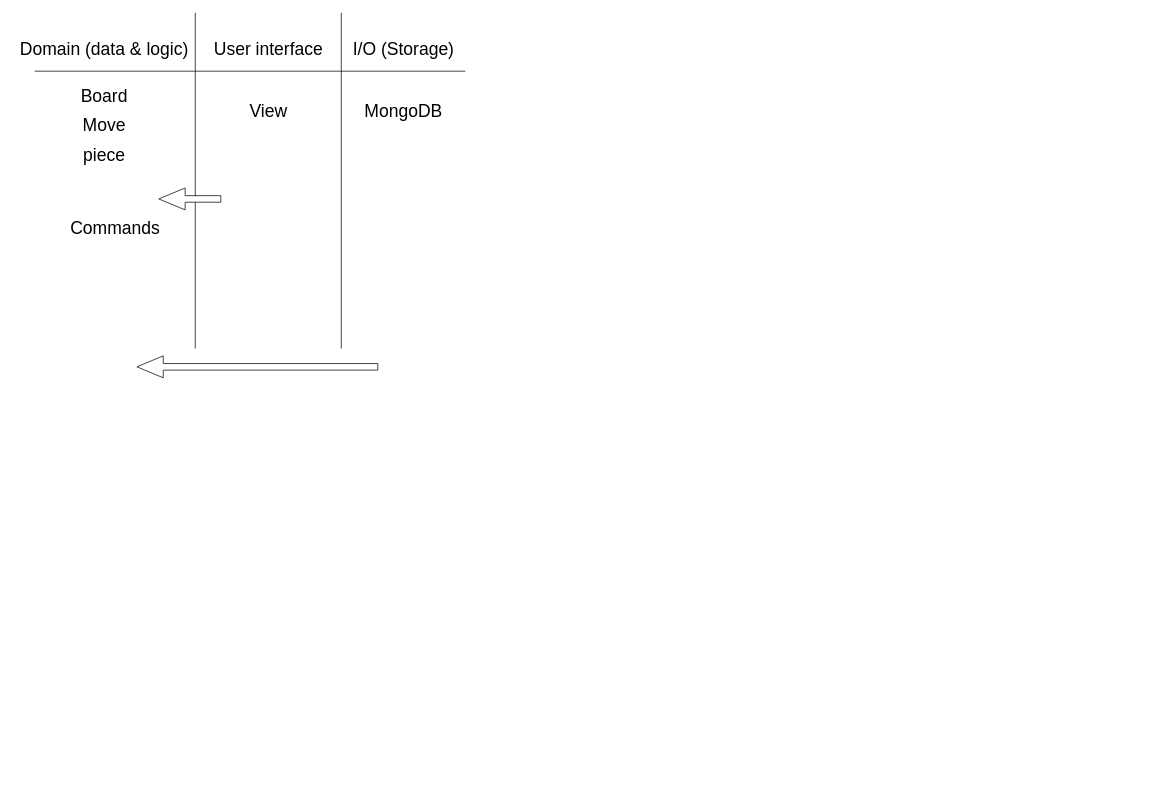
Above: docs/DesktopChessDependencies.drawio in bodybuilders-team/desktop-chess (draw.io), before the change. Source tidied: cells renumbered, new cells numbered last; positions are measured from the earlier drawing's top-left corner, leaving out a move shared by most shapes. Both pictures are drawn from the tidied source at 73%, with x=0, y=0 at pixel (12, 12).
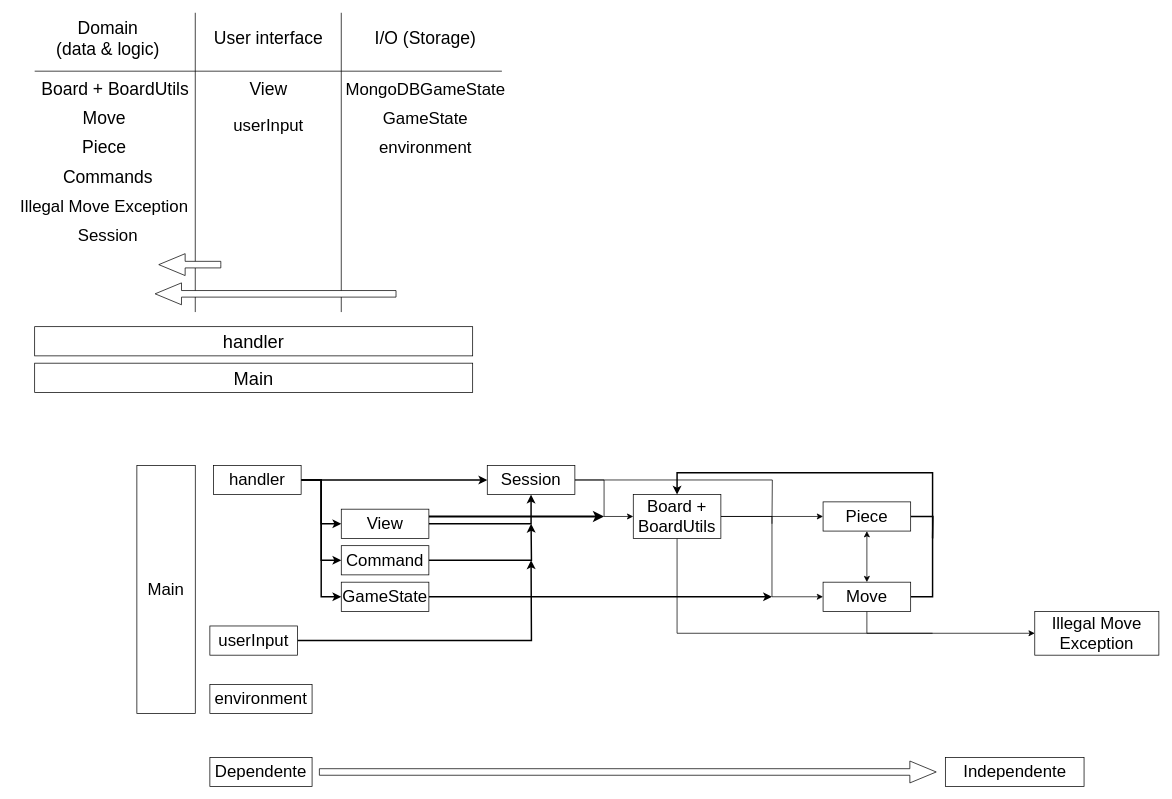
After the change.

What changed in the source:
```diff
@@
-    <mxCell id="2" value="Domain (data &amp;amp; logic)" style="text;html=1;align=center;verticalAlign=middle;strokeColor=none;fillColor=none;fontSize=24;" parent="1" vertex="1">
-      <mxGeometry y="35" width="250" height="30" as="geometry" />
+    <mxCell id="2" value="Domain&lt;br&gt;(data &amp;amp; logic)" style="text;html=1;align=center;verticalAlign=middle;strokeColor=none;fillColor=none;fontSize=24;" parent="1" vertex="1">
+      <mxGeometry x="50" y="5" width="160" height="60" as="geometry" />
     </mxCell>
     <mxCell id="3" value="I/O (Storage)" style="text;html=1;align=center;verticalAlign=middle;strokeColor=none;fillColor=none;fontSize=24;" parent="1" vertex="1">
-      <mxGeometry x="460" y="35" width="150" height="30" as="geometry" />
+      <mxGeometry x="490" y="20" width="150" height="30" as="geometry" />
     </mxCell>
     <mxCell id="4" value="User interface" style="text;html=1;align=center;verticalAlign=middle;strokeColor=none;fillColor=none;fontSize=24;" parent="1" vertex="1">
-      <mxGeometry x="270" y="35" width="160" height="30" as="geometry" />
+      <mxGeometry x="270" y="20" width="160" height="30" as="geometry" />
     </mxCell>
     <mxCell id="5" style="endArrow=none;html=1;rounded=0;edgeStyle=orthogonalEdgeStyle;" parent="1" edge="1">
       <mxGeometry relative="1" as="geometry">
-        <mxPoint x="250" y="460" as="sourcePoint" />
+        <mxPoint x="250" y="410" as="sourcePoint" />
         <mxPoint x="250" as="targetPoint" />
       </mxGeometry>
     </mxCell>
     <mxCell id="6" style="endArrow=none;html=1;rounded=0;edgeStyle=orthogonalEdgeStyle;" parent="1" edge="1">
       <mxGeometry relative="1" as="geometry">
-        <mxPoint x="450" y="460" as="sourcePoint" />
+        <mxPoint x="450" y="410" as="sourcePoint" />
         <mxPoint x="450" as="targetPoint" />
       </mxGeometry>
     </mxCell>
     <mxCell id="7" style="endArrow=none;html=1;rounded=0;edgeStyle=orthogonalEdgeStyle;" parent="1" edge="1">
       <mxGeometry relative="1" as="geometry">
-        <mxPoint x="620" y="80" as="sourcePoint" />
+        <mxPoint x="670" y="80" as="sourcePoint" />
         <mxPoint x="30" y="80" as="targetPoint" />
       </mxGeometry>
     </mxCell>
-    <mxCell id="8" value="&lt;font color=&quot;#000000&quot;&gt;Board&lt;/font&gt;" style="text;html=1;align=center;verticalAlign=middle;strokeColor=none;fillColor=none;fontSize=24;fontColor=#FF0000;" parent="1" vertex="1">
-      <mxGeometry x="85" y="100" width="80" height="30" as="geometry" />
+    <mxCell id="8" value="&lt;font color=&quot;#000000&quot;&gt;Board + BoardUtils&lt;/font&gt;" style="text;html=1;align=center;verticalAlign=middle;strokeColor=none;fillColor=none;fontSize=24;fontColor=#FF0000;" parent="1" vertex="1">
+      <mxGeometry x="30" y="90" width="220" height="30" as="geometry" />
     </mxCell>
     <mxCell id="9" style="html=1;shadow=0;dashed=0;align=center;verticalAlign=middle;shape=mxgraph.arrows2.arrow;dy=0.7;dx=36.13;notch=0;fontSize=24;fontColor=#FF0000;direction=west;" parent="1" vertex="1">
-      <mxGeometry x="200" y="240" width="85" height="30" as="geometry" />
+      <mxGeometry x="200" y="330" width="85" height="30" as="geometry" />
     </mxCell>
     <mxCell id="10" style="html=1;shadow=0;dashed=0;align=center;verticalAlign=middle;shape=mxgraph.arrows2.arrow;dy=0.7;dx=36.13;notch=0;fontSize=24;fontColor=#FF0000;direction=west;" parent="1" vertex="1">
-      <mxGeometry x="170" y="470" width="330" height="30" as="geometry" />
+      <mxGeometry x="195" y="370" width="330" height="30" as="geometry" />
     </mxCell>
     <mxCell id="11" value="&lt;font color=&quot;#000000&quot;&gt;Move&lt;/font&gt;" style="text;html=1;align=center;verticalAlign=middle;strokeColor=none;fillColor=none;fontSize=24;fontColor=#FF0000;" parent="1" vertex="1">
-      <mxGeometry x="90" y="140" width="70" height="30" as="geometry" />
+      <mxGeometry x="90" y="130" width="70" height="30" as="geometry" />
     </mxCell>
-    <mxCell id="12" value="&lt;font color=&quot;#000000&quot;&gt;piece&lt;/font&gt;" style="text;html=1;align=center;verticalAlign=middle;strokeColor=none;fillColor=none;fontSize=24;fontColor=#FF0000;" parent="1" vertex="1">
-      <mxGeometry x="90" y="180" width="70" height="30" as="geometry" />
+    <mxCell id="12" value="&lt;font color=&quot;#000000&quot;&gt;Piece&lt;/font&gt;" style="text;html=1;align=center;verticalAlign=middle;strokeColor=none;fillColor=none;fontSize=24;fontColor=#FF0000;" parent="1" vertex="1">
+      <mxGeometry x="85" y="170" width="80" height="30" as="geometry" />
     </mxCell>
     <mxCell id="13" value="&lt;font color=&quot;#000000&quot;&gt;Commands&lt;/font&gt;" style="text;html=1;align=center;verticalAlign=middle;strokeColor=none;fillColor=none;fontSize=24;fontColor=#FF0000;" parent="1" vertex="1">
-      <mxGeometry x="70" y="280" width="140" height="30" as="geometry" />
+      <mxGeometry x="60" y="210" width="140" height="30" as="geometry" />
     </mxCell>
     <mxCell id="14" value="&lt;font color=&quot;#000000&quot;&gt;View&lt;br&gt;&lt;/font&gt;" style="text;html=1;align=center;verticalAlign=middle;strokeColor=none;fillColor=none;fontSize=24;fontColor=#FF0000;" parent="1" vertex="1">
-      <mxGeometry x="315" y="120" width="70" height="30" as="geometry" />
+      <mxGeometry x="315" y="90" width="70" height="30" as="geometry" />
     </mxCell>
-    <mxCell id="15" value="&lt;font color=&quot;#000000&quot;&gt;MongoDB&lt;br&gt;&lt;/font&gt;" style="text;html=1;align=center;verticalAlign=middle;strokeColor=none;fillColor=none;fontSize=24;fontColor=#FF0000;" parent="1" vertex="1">
-      <mxGeometry x="475" y="120" width="120" height="30" as="geometry" />
+    <mxCell id="15" value="&lt;span style=&quot;color: rgb(0 , 0 , 0) ; font-size: 23px&quot;&gt;MongoDBGameState&lt;/span&gt;&lt;font color=&quot;#000000&quot;&gt;&lt;br&gt;&lt;/font&gt;" style="text;html=1;align=center;verticalAlign=middle;strokeColor=none;fillColor=none;fontSize=24;fontColor=#FF0000;" parent="1" vertex="1">
+      <mxGeometry x="450" y="90" width="230" height="30" as="geometry" />
     </mxCell>
+    <mxCell id="16" value="&lt;font style=&quot;font-size: 25px&quot;&gt;Main&lt;/font&gt;" style="rounded=0;whiteSpace=wrap;html=1;" parent="1" vertex="1">
+      <mxGeometry x="30" y="480" width="600" height="40" as="geometry" />
+    </mxCell>
+    <mxCell id="17" value="&lt;span style=&quot;font-size: 25px&quot;&gt;handler&lt;/span&gt;" style="rounded=0;whiteSpace=wrap;html=1;" parent="1" vertex="1">
+      <mxGeometry x="30" y="430" width="600" height="40" as="geometry" />
+    </mxCell>
+    <mxCell id="18" style="edgeStyle=orthogonalEdgeStyle;rounded=0;jettySize=auto;html=1;entryX=0;entryY=0.5;entryDx=0;entryDy=0;" parent="1" edge="1" source="21" target="33">
+      <mxGeometry relative="1" as="geometry" />
+    </mxCell>
+    <mxCell id="19" style="edgeStyle=orthogonalEdgeStyle;rounded=0;jettySize=auto;html=1;entryX=0;entryY=0.5;entryDx=0;entryDy=0;" parent="1" edge="1" source="21" target="24">
+      <mxGeometry relative="1" as="geometry" />
+    </mxCell>
+    <mxCell id="20" style="edgeStyle=orthogonalEdgeStyle;rounded=0;jettySize=auto;html=1;endArrow=none;endFill=0;" parent="1" edge="1" source="21">
+      <mxGeometry relative="1" as="geometry">
+        <mxPoint x="1260" y="850" as="targetPoint" />
+        <Array as="points">
+          <mxPoint x="910" y="850" />
+        </Array>
+      </mxGeometry>
+    </mxCell>
+    <mxCell id="21" value="&lt;font style=&quot;font-size: 23px&quot;&gt;Board + BoardUtils&lt;/font&gt;" style="rounded=0;whiteSpace=wrap;html=1;" parent="1" vertex="1">
+      <mxGeometry x="850" y="660" width="120" height="60" as="geometry" />
+    </mxCell>
+    <mxCell id="22" style="edgeStyle=orthogonalEdgeStyle;rounded=0;jettySize=auto;html=1;endArrow=classic;endFill=1;entryX=0.5;entryY=0;entryDx=0;entryDy=0;strokeWidth=2;" parent="1" edge="1" source="24" target="21">
+      <mxGeometry relative="1" as="geometry">
+        <Array as="points">
+          <mxPoint x="1260" y="800" />
+          <mxPoint x="1260" y="630" />
+          <mxPoint x="910" y="630" />
+        </Array>
+      </mxGeometry>
+    </mxCell>
+    <mxCell id="23" style="edgeStyle=orthogonalEdgeStyle;rounded=0;jettySize=auto;html=1;endArrow=classic;endFill=1;entryX=0;entryY=0.5;entryDx=0;entryDy=0;" parent="1" edge="1" source="24" target="45">
+      <mxGeometry relative="1" as="geometry">
+        <Array as="points">
+          <mxPoint x="1170" y="850" />
+        </Array>
+      </mxGeometry>
+    </mxCell>
+    <mxCell id="24" value="&lt;font style=&quot;font-size: 23px&quot;&gt;Move&lt;/font&gt;" style="rounded=0;whiteSpace=wrap;html=1;" parent="1" vertex="1">
+      <mxGeometry x="1110" y="780" width="120" height="40" as="geometry" />
+    </mxCell>
+    <mxCell id="25" value="&lt;font style=&quot;font-size: 23px&quot;&gt;Main&lt;/font&gt;" style="rounded=0;whiteSpace=wrap;html=1;" parent="1" vertex="1">
+      <mxGeometry x="170" y="620" width="80" height="340" as="geometry" />
+    </mxCell>
+    <mxCell id="26" style="edgeStyle=orthogonalEdgeStyle;rounded=0;jettySize=auto;html=1;entryX=0;entryY=0.5;entryDx=0;entryDy=0;endArrow=classic;endFill=1;strokeWidth=2;" parent="1" edge="1" source="30" target="43">
+      <mxGeometry relative="1" as="geometry" />
+    </mxCell>
+    <mxCell id="27" style="edgeStyle=orthogonalEdgeStyle;rounded=0;jettySize=auto;html=1;entryX=0;entryY=0.5;entryDx=0;entryDy=0;endArrow=classic;endFill=1;strokeWidth=2;" parent="1" edge="1" source="30" target="38">
+      <mxGeometry relative="1" as="geometry" />
+    </mxCell>
+    <mxCell id="28" style="edgeStyle=orthogonalEdgeStyle;rounded=0;jettySize=auto;html=1;entryX=0;entryY=0.5;entryDx=0;entryDy=0;endArrow=classic;endFill=1;strokeWidth=2;" parent="1" edge="1" source="30" target="35">
+      <mxGeometry relative="1" as="geometry" />
+    </mxCell>
+    <mxCell id="29" style="edgeStyle=orthogonalEdgeStyle;rounded=0;jettySize=auto;html=1;entryX=0;entryY=0.5;entryDx=0;entryDy=0;endArrow=classic;endFill=1;strokeWidth=2;" parent="1" edge="1" source="30" target="47">
+      <mxGeometry relative="1" as="geometry" />
+    </mxCell>
+    <mxCell id="30" value="&lt;font style=&quot;font-size: 23px&quot;&gt;handler&lt;/font&gt;" style="rounded=0;whiteSpace=wrap;html=1;" parent="1" vertex="1">
+      <mxGeometry x="275" y="620" width="120" height="40" as="geometry" />
+    </mxCell>
+    <mxCell id="31" style="edgeStyle=orthogonalEdgeStyle;rounded=0;jettySize=auto;html=1;endArrow=none;endFill=0;strokeWidth=2;" parent="1" edge="1" source="33">
+      <mxGeometry relative="1" as="geometry">
+        <mxPoint x="1260" y="720" as="targetPoint" />
+      </mxGeometry>
+    </mxCell>
+    <mxCell id="32" style="edgeStyle=orthogonalEdgeStyle;rounded=0;jettySize=auto;html=1;entryX=0.5;entryY=0;entryDx=0;entryDy=0;startArrow=classic;startFill=1;" parent="1" edge="1" source="33" target="24">
+      <mxGeometry relative="1" as="geometry" />
+    </mxCell>
+    <mxCell id="33" value="&lt;font style=&quot;font-size: 23px&quot;&gt;Piece&lt;/font&gt;" style="rounded=0;whiteSpace=wrap;html=1;" parent="1" vertex="1">
+      <mxGeometry x="1110" y="670" width="120" height="40" as="geometry" />
+    </mxCell>
+    <mxCell id="34" style="edgeStyle=orthogonalEdgeStyle;rounded=0;jettySize=auto;html=1;endArrow=classic;endFill=1;strokeWidth=2;" parent="1" edge="1" source="35">
+      <mxGeometry relative="1" as="geometry">
+        <mxPoint x="710" y="700" as="targetPoint" />
+      </mxGeometry>
+    </mxCell>
+    <mxCell id="35" value="&lt;font style=&quot;font-size: 23px&quot;&gt;Command&lt;/font&gt;" style="rounded=0;whiteSpace=wrap;html=1;" parent="1" vertex="1">
+      <mxGeometry x="450" y="730" width="120" height="40" as="geometry" />
+    </mxCell>
+    <mxCell id="36" style="edgeStyle=orthogonalEdgeStyle;rounded=0;jettySize=auto;html=1;endArrow=classic;endFill=1;strokeWidth=2;" parent="1" edge="1" source="38" target="43">
+      <mxGeometry relative="1" as="geometry" />
+    </mxCell>
+    <mxCell id="37" style="edgeStyle=orthogonalEdgeStyle;rounded=0;jettySize=auto;html=1;endArrow=classic;endFill=1;strokeWidth=3;exitX=1;exitY=0.25;exitDx=0;exitDy=0;" parent="1" edge="1" source="38">
+      <mxGeometry relative="1" as="geometry">
+        <mxPoint x="810" y="690" as="targetPoint" />
+        <Array as="points">
+          <mxPoint x="650" y="690" />
+          <mxPoint x="650" y="690" />
+        </Array>
+      </mxGeometry>
+    </mxCell>
+    <mxCell id="38" value="&lt;font style=&quot;font-size: 23px&quot;&gt;View&lt;/font&gt;" style="rounded=0;whiteSpace=wrap;html=1;" parent="1" vertex="1">
+      <mxGeometry x="450" y="680" width="120" height="40" as="geometry" />
+    </mxCell>
+    <mxCell id="39" style="edgeStyle=orthogonalEdgeStyle;rounded=0;jettySize=auto;html=1;endArrow=classic;endFill=1;strokeWidth=2;" parent="1" edge="1" source="40">
+      <mxGeometry relative="1" as="geometry">
+        <mxPoint x="710" y="750" as="targetPoint" />
+      </mxGeometry>
+    </mxCell>
+    <mxCell id="40" value="&lt;font style=&quot;font-size: 23px&quot;&gt;userInput&lt;/font&gt;" style="rounded=0;whiteSpace=wrap;html=1;" parent="1" vertex="1">
+      <mxGeometry x="270" y="840" width="120" height="40" as="geometry" />
+    </mxCell>
+    <mxCell id="41" style="edgeStyle=orthogonalEdgeStyle;rounded=0;jettySize=auto;html=1;entryX=0;entryY=0.5;entryDx=0;entryDy=0;" parent="1" edge="1" source="43" target="21">
+      <mxGeometry relative="1" as="geometry" />
+    </mxCell>
+    <mxCell id="42" style="edgeStyle=orthogonalEdgeStyle;rounded=0;jettySize=auto;html=1;endArrow=none;endFill=0;" parent="1" edge="1" source="43">
+      <mxGeometry relative="1" as="geometry">
+        <mxPoint x="1040" y="700" as="targetPoint" />
+      </mxGeometry>
+    </mxCell>
+    <mxCell id="43" value="&lt;font style=&quot;font-size: 23px&quot;&gt;Session&lt;/font&gt;" style="rounded=0;whiteSpace=wrap;html=1;" parent="1" vertex="1">
+      <mxGeometry x="650" y="620" width="120" height="40" as="geometry" />
+    </mxCell>
+    <mxCell id="44" value="&lt;font style=&quot;font-size: 23px&quot;&gt;environment&lt;/font&gt;" style="rounded=0;whiteSpace=wrap;html=1;" parent="1" vertex="1">
+      <mxGeometry x="270" y="920" width="140" height="40" as="geometry" />
+    </mxCell>
+    <mxCell id="45" value="&lt;span style=&quot;font-size: 23px&quot;&gt;Illegal Move Exception&lt;/span&gt;" style="rounded=0;whiteSpace=wrap;html=1;" parent="1" vertex="1">
+      <mxGeometry x="1400" y="820" width="170" height="60" as="geometry" />
+    </mxCell>
+    <mxCell id="46" style="edgeStyle=orthogonalEdgeStyle;rounded=0;jettySize=auto;html=1;endArrow=classic;endFill=1;strokeWidth=2;" parent="1" edge="1" source="47">
+      <mxGeometry relative="1" as="geometry">
+        <mxPoint x="1040" y="800" as="targetPoint" />
+      </mxGeometry>
+    </mxCell>
+    <mxCell id="47" value="&lt;font style=&quot;font-size: 23px&quot;&gt;GameState&lt;/font&gt;" style="rounded=0;whiteSpace=wrap;html=1;" parent="1" vertex="1">
+      <mxGeometry x="450" y="780" width="120" height="40" as="geometry" />
+    </mxCell>
+    <mxCell id="48" value="&lt;span style=&quot;color: rgb(0 , 0 , 0) ; font-size: 23px&quot;&gt;GameState&lt;/span&gt;&lt;font color=&quot;#000000&quot;&gt;&lt;br&gt;&lt;/font&gt;" style="text;html=1;align=center;verticalAlign=middle;strokeColor=none;fillColor=none;fontSize=24;fontColor=#FF0000;" parent="1" vertex="1">
+      <mxGeometry x="500" y="130" width="130" height="30" as="geometry" />
+    </mxCell>
+    <mxCell id="49" value="&lt;span style=&quot;color: rgb(0 , 0 , 0) ; font-size: 23px&quot;&gt;Illegal Move Exception&lt;/span&gt;" style="text;html=1;align=center;verticalAlign=middle;strokeColor=none;fillColor=none;fontSize=24;fontColor=#FF0000;" parent="1" vertex="1">
+      <mxGeometry y="250" width="250" height="30" as="geometry" />
+    </mxCell>
+    <mxCell id="50" value="&lt;span style=&quot;color: rgb(0 , 0 , 0) ; font-size: 23px&quot;&gt;Session&lt;/span&gt;" style="text;html=1;align=center;verticalAlign=middle;strokeColor=none;fillColor=none;fontSize=24;fontColor=#FF0000;" parent="1" vertex="1">
+      <mxGeometry x="80" y="290" width="100" height="30" as="geometry" />
+    </mxCell>
+    <mxCell id="51" value="&lt;span style=&quot;color: rgb(0 , 0 , 0) ; font-size: 23px&quot;&gt;userInput&lt;/span&gt;&lt;font color=&quot;#000000&quot;&gt;&lt;br&gt;&lt;/font&gt;" style="text;html=1;align=center;verticalAlign=middle;strokeColor=none;fillColor=none;fontSize=24;fontColor=#FF0000;" parent="1" vertex="1">
+      <mxGeometry x="295" y="140" width="110" height="30" as="geometry" />
+    </mxCell>
+    <mxCell id="52" value="&lt;span style=&quot;color: rgb(0 , 0 , 0) ; font-size: 23px&quot;&gt;environment&lt;/span&gt;&lt;font color=&quot;#000000&quot;&gt;&lt;br&gt;&lt;/font&gt;" style="text;html=1;align=center;verticalAlign=middle;strokeColor=none;fillColor=none;fontSize=24;fontColor=#FF0000;" parent="1" vertex="1">
+      <mxGeometry x="495" y="170" width="140" height="30" as="geometry" />
+    </mxCell>
+    <mxCell id="53" style="html=1;shadow=0;dashed=0;align=center;verticalAlign=middle;shape=mxgraph.arrows2.arrow;dy=0.7;dx=36.13;notch=0;fontSize=24;fontColor=#FF0000;direction=west;rotation=-180;" parent="1" vertex="1">
+      <mxGeometry x="420" y="1025" width="845" height="30" as="geometry" />
+    </mxCell>
+    <mxCell id="54" value="&lt;font style=&quot;font-size: 23px&quot;&gt;Dependente&lt;/font&gt;" style="rounded=0;whiteSpace=wrap;html=1;" parent="1" vertex="1">
+      <mxGeometry x="270" y="1020" width="140" height="40" as="geometry" />
+    </mxCell>
+    <mxCell id="55" value="&lt;font style=&quot;font-size: 23px&quot;&gt;Independente&lt;/font&gt;" style="rounded=0;whiteSpace=wrap;html=1;" parent="1" vertex="1">
+      <mxGeometry x="1277.5" y="1020" width="190" height="40" as="geometry" />
+    </mxCell>
```
